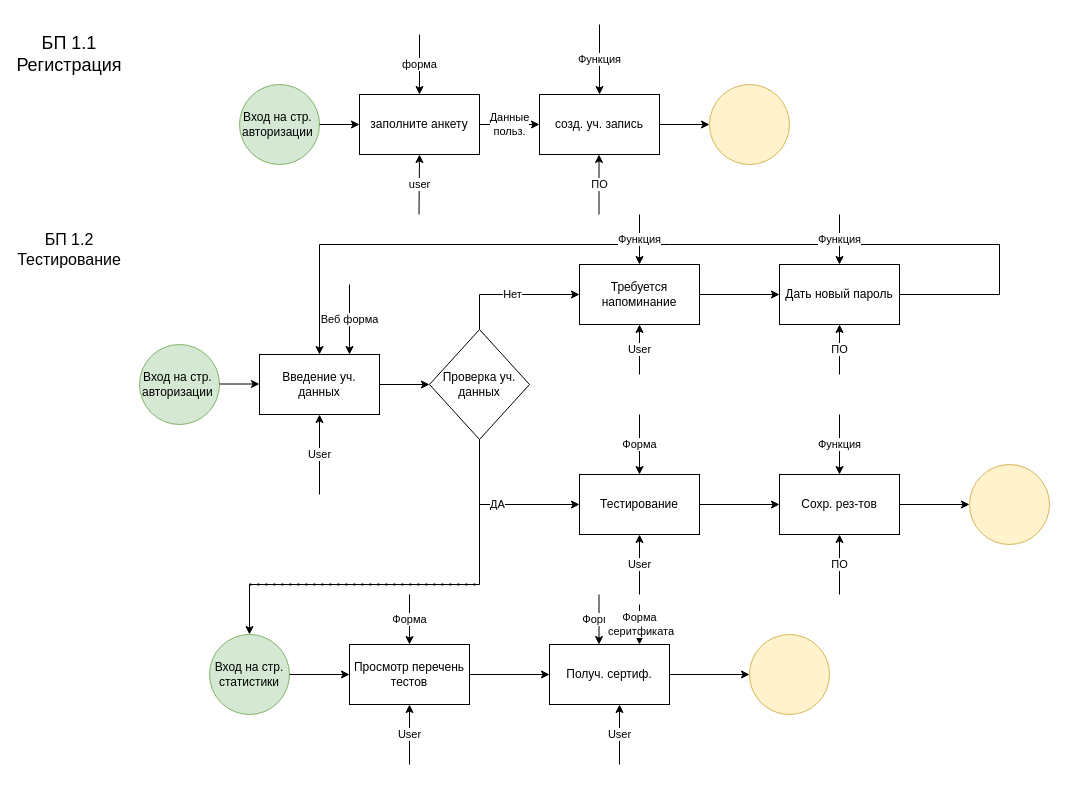
Before: Диаграмма без названия.drawio in dan1ilg/SPO236PZ6, a draw.io diagram. Source tidied: cells renumbered, new cells numbered last; positions are measured from the earlier drawing's top-left corner, leaving out a move shared by most shapes. Both pictures are drawn from the tidied source at 100%, with x=0, y=0 at pixel (29, 24).
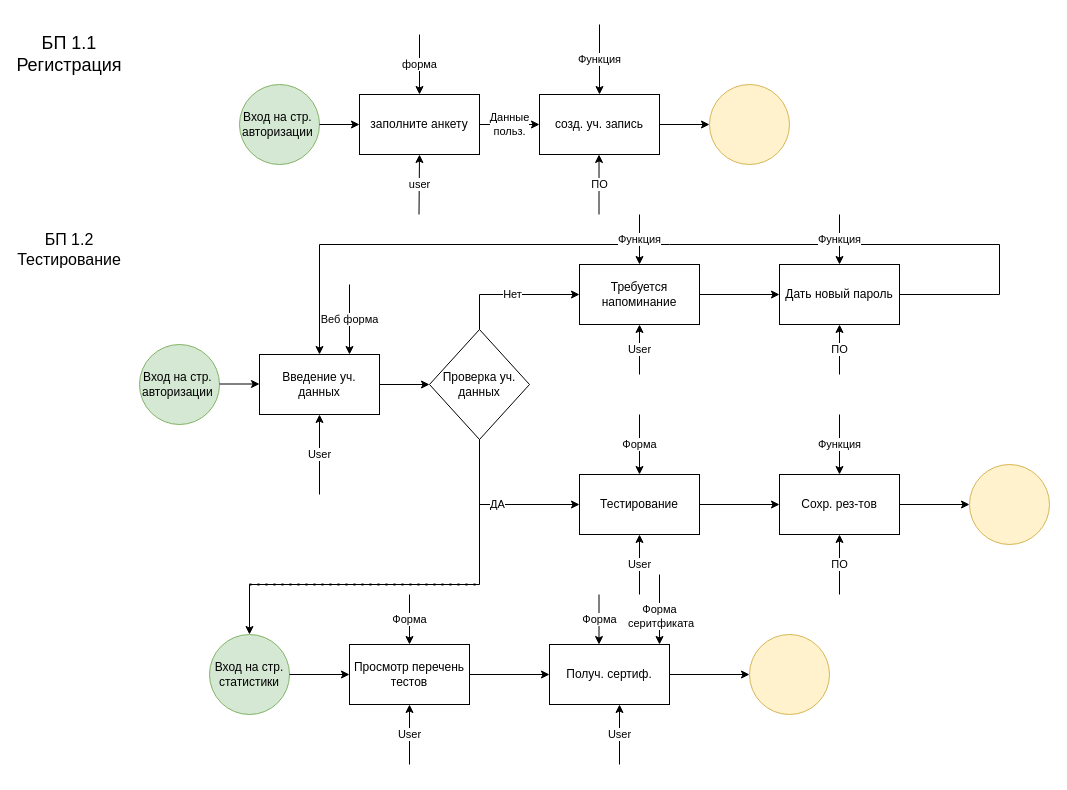
The same diagram, later.

Unchanged cells that the change refers to:
```xml
<mxCell id="44" value="Получ. сертиф." style="rounded=0;whiteSpace=wrap;html=1;" parent="1" vertex="1">
  <mxGeometry x="520" y="620" width="120" height="60" as="geometry" />
</mxCell>
```

What changed in the source:
```diff
@@
-    <mxCell id="54" value="Форма&lt;br&gt;&amp;nbsp;серитфиката" style="endArrow=classic;html=1;rounded=0;entryX=0.75;entryY=0;entryDx=0;entryDy=0;" parent="1" edge="1" target="44">
-      <mxGeometry relative="1" as="geometry">
-        <mxPoint x="610" y="580" as="sourcePoint" />
+    <mxCell id="54" value="Форма&lt;br&gt;&amp;nbsp;серитфиката" style="endArrow=classic;html=1;rounded=0;entryX=0.75;entryY=0;entryDx=0;entryDy=0;" parent="1" edge="1">
+      <mxGeometry x="0.2" relative="1" as="geometry">
+        <mxPoint x="630" y="550" as="sourcePoint" />
+        <mxPoint x="630" y="620" as="targetPoint" />
       </mxGeometry>
     </mxCell>
```
